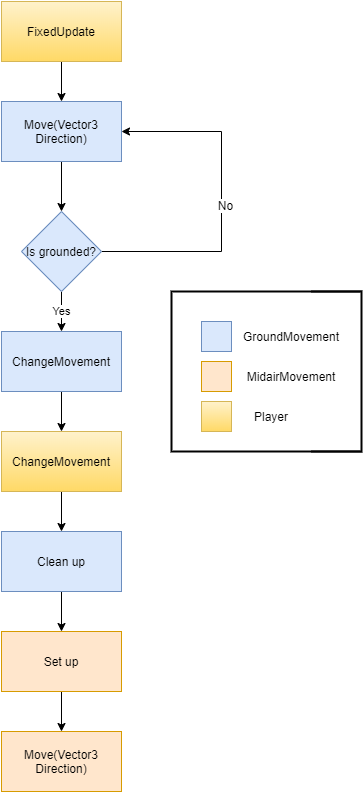
mikhomak/Images keeps this draw.io diagram as Erbium/Movement/FallingDiagram.png. Above is the earlier version. Source tidied: cells renumbered, new cells last; positions are measured from the earlier drawing's top-left corner, leaving out a move shared by most shapes. The source it was exported from:
```xml
<mxGraphModel>
  <root>
    <mxCell id="0" />
    <mxCell id="1" parent="0" />
    <mxCell id="2" style="edgeStyle=orthogonalEdgeStyle;rounded=0;jettySize=auto;html=1;" parent="1" edge="1" source="3" target="7">
      <mxGeometry relative="1" as="geometry" />
    </mxCell>
    <mxCell id="3" value="Move(Vector3 Direction)" style="rounded=0;whiteSpace=wrap;html=1;fillColor=#dae8fc;strokeColor=#6c8ebf;" parent="1" vertex="1">
      <mxGeometry y="100" width="120" height="60" as="geometry" />
    </mxCell>
    <mxCell id="4" value="Yes" style="edgeStyle=orthogonalEdgeStyle;rounded=0;jettySize=auto;html=1;exitX=0.5;exitY=1;exitDx=0;exitDy=0;entryX=0.5;entryY=0;entryDx=0;entryDy=0;" parent="1" edge="1" source="7" target="9">
      <mxGeometry relative="1" as="geometry" />
    </mxCell>
    <mxCell id="5" style="edgeStyle=orthogonalEdgeStyle;rounded=0;jettySize=auto;html=1;exitX=1;exitY=0.5;exitDx=0;exitDy=0;entryX=1;entryY=0.5;entryDx=0;entryDy=0;" parent="1" edge="1" source="7" target="3">
      <mxGeometry relative="1" as="geometry">
        <Array as="points">
          <mxPoint x="220" y="250" />
          <mxPoint x="220" y="130" />
        </Array>
      </mxGeometry>
    </mxCell>
    <mxCell id="6" value="No" style="text;html=1;align=center;verticalAlign=middle;labelBackgroundColor=#ffffff;" parent="5" vertex="1">
      <mxGeometry x="-0.29" y="47" relative="1" as="geometry">
        <mxPoint x="50" y="-47" as="offset" />
      </mxGeometry>
    </mxCell>
    <mxCell id="7" value="Is grounded?" style="rhombus;whiteSpace=wrap;html=1;fillColor=#dae8fc;strokeColor=#6c8ebf;" parent="1" vertex="1">
      <mxGeometry x="20" y="210" width="80" height="80" as="geometry" />
    </mxCell>
    <mxCell id="8" style="edgeStyle=orthogonalEdgeStyle;rounded=0;jettySize=auto;html=1;exitX=0.5;exitY=1;exitDx=0;exitDy=0;entryX=0.5;entryY=0;entryDx=0;entryDy=0;" parent="1" edge="1" source="9" target="11">
      <mxGeometry relative="1" as="geometry" />
    </mxCell>
    <mxCell id="9" value="ChangeMovement" style="rounded=0;whiteSpace=wrap;html=1;fillColor=#dae8fc;strokeColor=#6c8ebf;" parent="1" vertex="1">
      <mxGeometry y="330" width="120" height="60" as="geometry" />
    </mxCell>
    <mxCell id="10" style="edgeStyle=orthogonalEdgeStyle;rounded=0;jettySize=auto;html=1;exitX=0.5;exitY=1;exitDx=0;exitDy=0;entryX=0.5;entryY=0;entryDx=0;entryDy=0;" parent="1" edge="1" source="11" target="13">
      <mxGeometry relative="1" as="geometry" />
    </mxCell>
    <mxCell id="11" value="ChangeMovement" style="rounded=0;whiteSpace=wrap;html=1;fillColor=#fff2cc;strokeColor=#d6b656;gradientColor=#ffd966;" parent="1" vertex="1">
      <mxGeometry y="430" width="120" height="60" as="geometry" />
    </mxCell>
    <mxCell id="12" style="edgeStyle=orthogonalEdgeStyle;rounded=0;jettySize=auto;html=1;exitX=0.5;exitY=1;exitDx=0;exitDy=0;" parent="1" edge="1" source="13" target="15">
      <mxGeometry relative="1" as="geometry" />
    </mxCell>
    <mxCell id="13" value="Clean up" style="rounded=0;whiteSpace=wrap;html=1;fillColor=#dae8fc;strokeColor=#6c8ebf;" parent="1" vertex="1">
      <mxGeometry y="530" width="120" height="60" as="geometry" />
    </mxCell>
    <mxCell id="14" style="edgeStyle=orthogonalEdgeStyle;rounded=0;jettySize=auto;html=1;exitX=0.5;exitY=1;exitDx=0;exitDy=0;entryX=0.5;entryY=0;entryDx=0;entryDy=0;" parent="1" edge="1" source="15" target="16">
      <mxGeometry relative="1" as="geometry" />
    </mxCell>
    <mxCell id="15" value="Set up" style="rounded=0;whiteSpace=wrap;html=1;fillColor=#ffe6cc;strokeColor=#d79b00;" parent="1" vertex="1">
      <mxGeometry y="630" width="120" height="60" as="geometry" />
    </mxCell>
    <mxCell id="16" value="Move(Vector3 Direction)" style="rounded=0;whiteSpace=wrap;html=1;fillColor=#ffe6cc;strokeColor=#d79b00;" parent="1" vertex="1">
      <mxGeometry y="730" width="120" height="60" as="geometry" />
    </mxCell>
    <mxCell id="17" style="rounded=0;whiteSpace=wrap;html=1;fillColor=#dae8fc;strokeColor=#6c8ebf;" parent="1" vertex="1">
      <mxGeometry x="200" y="320" width="30" height="30" as="geometry" />
    </mxCell>
    <mxCell id="18" style="rounded=0;whiteSpace=wrap;html=1;fillColor=#ffe6cc;strokeColor=#d79b00;" parent="1" vertex="1">
      <mxGeometry x="200" y="360" width="30" height="30" as="geometry" />
    </mxCell>
    <mxCell id="19" style="rounded=0;whiteSpace=wrap;html=1;gradientColor=#ffd966;fillColor=#fff2cc;strokeColor=#d6b656;" parent="1" vertex="1">
      <mxGeometry x="200" y="400" width="30" height="30" as="geometry" />
    </mxCell>
    <mxCell id="20" value="GroundMovement" style="text;html=1;strokeColor=none;fillColor=none;align=center;verticalAlign=middle;whiteSpace=wrap;rounded=0;" parent="1" vertex="1">
      <mxGeometry x="270" y="325" width="40" height="20" as="geometry" />
    </mxCell>
    <mxCell id="21" value="MidairMovement" style="text;html=1;strokeColor=none;fillColor=none;align=center;verticalAlign=middle;whiteSpace=wrap;rounded=0;" parent="1" vertex="1">
      <mxGeometry x="270" y="365" width="40" height="20" as="geometry" />
    </mxCell>
    <mxCell id="22" value="Player" style="text;html=1;strokeColor=none;fillColor=none;align=center;verticalAlign=middle;whiteSpace=wrap;rounded=0;" parent="1" vertex="1">
      <mxGeometry x="250" y="405" width="40" height="20" as="geometry" />
    </mxCell>
    <mxCell id="23" style="strokeWidth=2;html=1;shape=mxgraph.flowchart.annotation_1;align=left;" parent="1" vertex="1">
      <mxGeometry x="170" y="290" width="190" height="160" as="geometry" />
    </mxCell>
    <mxCell id="24" style="strokeWidth=2;html=1;shape=mxgraph.flowchart.annotation_1;align=left;direction=west;" parent="1" vertex="1">
      <mxGeometry x="310" y="290" width="50" height="160" as="geometry" />
    </mxCell>
    <mxCell id="25" style="edgeStyle=orthogonalEdgeStyle;rounded=0;jettySize=auto;html=1;entryX=0.5;entryY=0;entryDx=0;entryDy=0;" parent="1" edge="1" source="26" target="3">
      <mxGeometry relative="1" as="geometry" />
    </mxCell>
    <mxCell id="26" value="FixedUpdate" style="rounded=0;whiteSpace=wrap;html=1;fillColor=#fff2cc;strokeColor=#d6b656;gradientColor=#ffd966;" parent="1" vertex="1">
      <mxGeometry width="120" height="60" as="geometry" />
    </mxCell>
  </root>
</mxGraphModel>
```
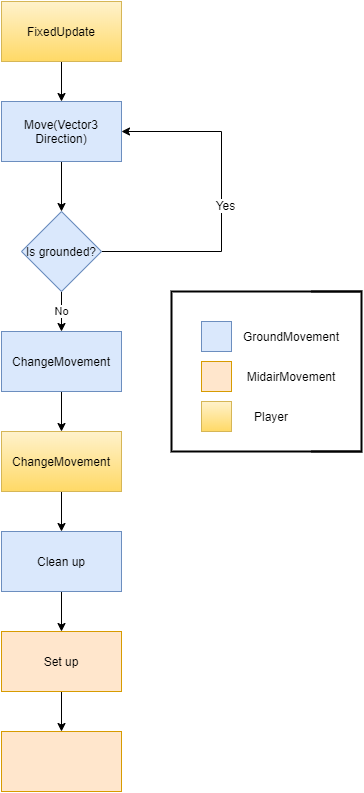
The same diagram one commit later.

Commit message:
Updated falling diagram

The edit, as a diff of the source:
```diff
@@ -8,9 +8,6 @@
     <mxCell id="3" value="Move(Vector3 Direction)" style="rounded=0;whiteSpace=wrap;html=1;fillColor=#dae8fc;strokeColor=#6c8ebf;" parent="1" vertex="1">
       <mxGeometry y="100" width="120" height="60" as="geometry" />
     </mxCell>
-    <mxCell id="4" value="Yes" style="edgeStyle=orthogonalEdgeStyle;rounded=0;jettySize=auto;html=1;exitX=0.5;exitY=1;exitDx=0;exitDy=0;entryX=0.5;entryY=0;entryDx=0;entryDy=0;" parent="1" edge="1" source="7" target="9">
-      <mxGeometry relative="1" as="geometry" />
-    </mxCell>
     <mxCell id="5" style="edgeStyle=orthogonalEdgeStyle;rounded=0;jettySize=auto;html=1;exitX=1;exitY=0.5;exitDx=0;exitDy=0;entryX=1;entryY=0.5;entryDx=0;entryDy=0;" parent="1" edge="1" source="7" target="3">
       <mxGeometry relative="1" as="geometry">
         <Array as="points">
@@ -19,11 +16,14 @@
         </Array>
       </mxGeometry>
     </mxCell>
-    <mxCell id="6" value="No" style="text;html=1;align=center;verticalAlign=middle;labelBackgroundColor=#ffffff;" parent="5" vertex="1">
+    <mxCell id="6" value="Yes" style="text;html=1;align=center;verticalAlign=middle;labelBackgroundColor=#ffffff;" parent="5" vertex="1">
       <mxGeometry x="-0.29" y="47" relative="1" as="geometry">
         <mxPoint x="50" y="-47" as="offset" />
       </mxGeometry>
     </mxCell>
+    <mxCell id="4" value="No" style="edgeStyle=orthogonalEdgeStyle;rounded=0;jettySize=auto;html=1;exitX=0.5;exitY=1;exitDx=0;exitDy=0;entryX=0.5;entryY=0;entryDx=0;entryDy=0;" parent="1" edge="1" source="7" target="9">
+      <mxGeometry relative="1" as="geometry" />
+    </mxCell>
     <mxCell id="7" value="Is grounded?" style="rhombus;whiteSpace=wrap;html=1;fillColor=#dae8fc;strokeColor=#6c8ebf;" parent="1" vertex="1">
       <mxGeometry x="20" y="210" width="80" height="80" as="geometry" />
     </mxCell>
@@ -51,7 +51,7 @@
     <mxCell id="15" value="Set up" style="rounded=0;whiteSpace=wrap;html=1;fillColor=#ffe6cc;strokeColor=#d79b00;" parent="1" vertex="1">
       <mxGeometry y="630" width="120" height="60" as="geometry" />
     </mxCell>
-    <mxCell id="16" value="Move(Vector3 Direction)" style="rounded=0;whiteSpace=wrap;html=1;fillColor=#ffe6cc;strokeColor=#d79b00;" parent="1" vertex="1">
+    <mxCell id="16" style="rounded=0;whiteSpace=wrap;html=1;fillColor=#ffe6cc;strokeColor=#d79b00;" parent="1" vertex="1">
       <mxGeometry y="730" width="120" height="60" as="geometry" />
     </mxCell>
     <mxCell id="17" style="rounded=0;whiteSpace=wrap;html=1;fillColor=#dae8fc;strokeColor=#6c8ebf;" parent="1" vertex="1">
```
